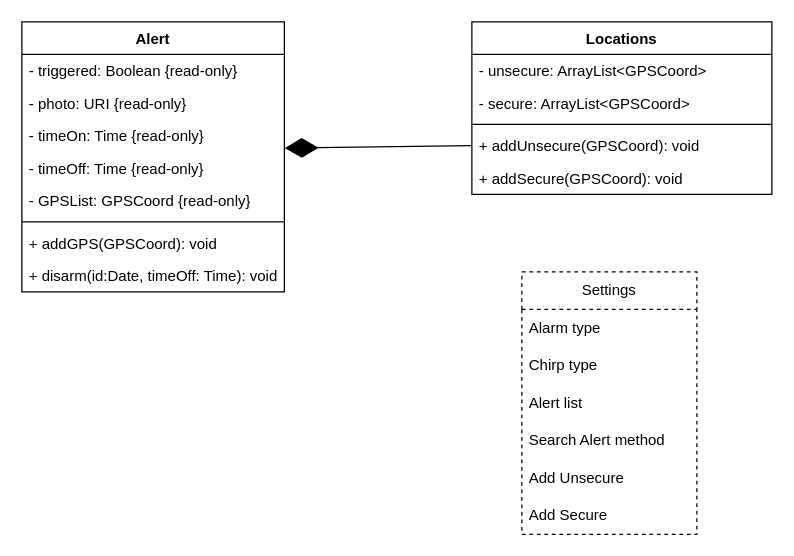
Earlier version of the draw.io diagram work/UML.drawio (ddc-java-17/leave-me-alone-reedsearle). Source tidied: cells renumbered, new cells numbered last; positions are measured from the earlier drawing's top-left corner, leaving out a move shared by most shapes. Both pictures are drawn from the tidied source at 125%, with x=0, y=0 at pixel (21, 21).
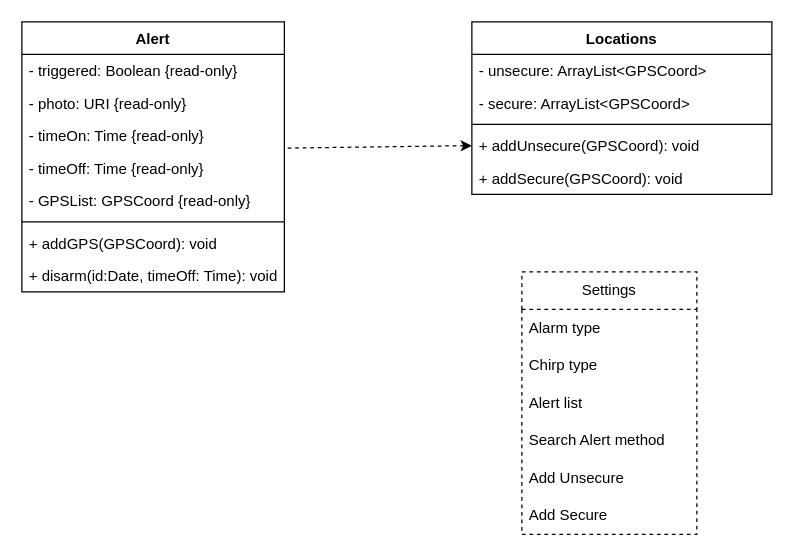
The same diagram, later.

The change refers to these unchanged cells:
```xml
<mxCell id="5" value="- timeOn: Time {read-only}" style="text;strokeColor=none;fillColor=none;align=left;verticalAlign=top;spacingLeft=4;spacingRight=4;overflow=hidden;points=[[0,0.5],[1,0.5]];portConstraint=eastwest;whiteSpace=wrap;html=1;" parent="2" vertex="1">
  <mxGeometry y="78" width="210" height="26" as="geometry" />
</mxCell>
<mxCell id="15" value="+ addUnsecure(GPSCoord): void" style="text;strokeColor=none;fillColor=none;align=left;verticalAlign=top;spacingLeft=4;spacingRight=4;overflow=hidden;points=[[0,0.5],[1,0.5]];portConstraint=eastwest;whiteSpace=wrap;html=1;" parent="11" vertex="1">
  <mxGeometry y="86" width="240" height="26" as="geometry" />
</mxCell>
```

What changed in the source:
```diff
@@
-    <mxCell id="24" style="endArrow=diamondThin;endFill=1;endSize=24;html=1;rounded=0;exitX=0;exitY=0.5;exitDx=0;exitDy=0;entryX=1.002;entryY=0.885;entryDx=0;entryDy=0;entryPerimeter=0;" parent="1" edge="1" source="15" target="5">
+    <mxCell id="24" style="endArrow=none;endFill=0;endSize=24;html=1;rounded=0;exitX=0;exitY=0.5;exitDx=0;exitDy=0;entryX=1.002;entryY=0.885;entryDx=0;entryDy=0;entryPerimeter=0;dashed=1;startArrow=classic;startFill=1;" parent="1" edge="1" source="15" target="5">
       <mxGeometry relative="1" as="geometry" />
     </mxCell>
```
